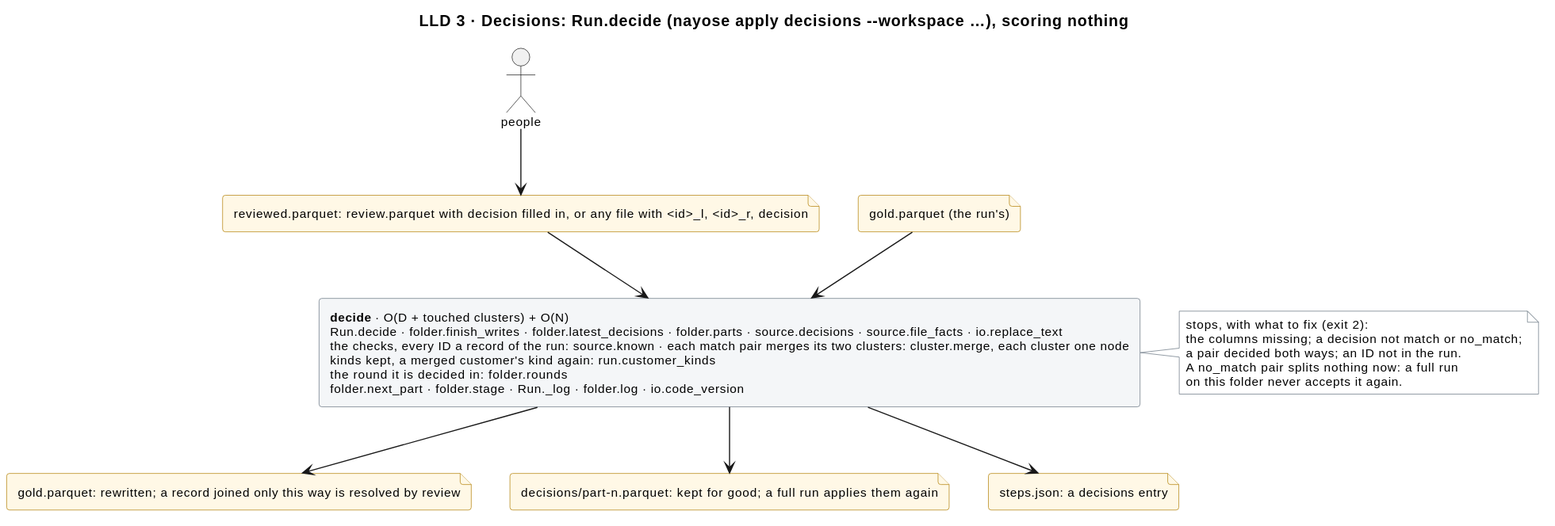
mvsbm/entity_matching keeps this PlantUML diagram as docs/diagrams/decisions.svg. Above is the earlier version.
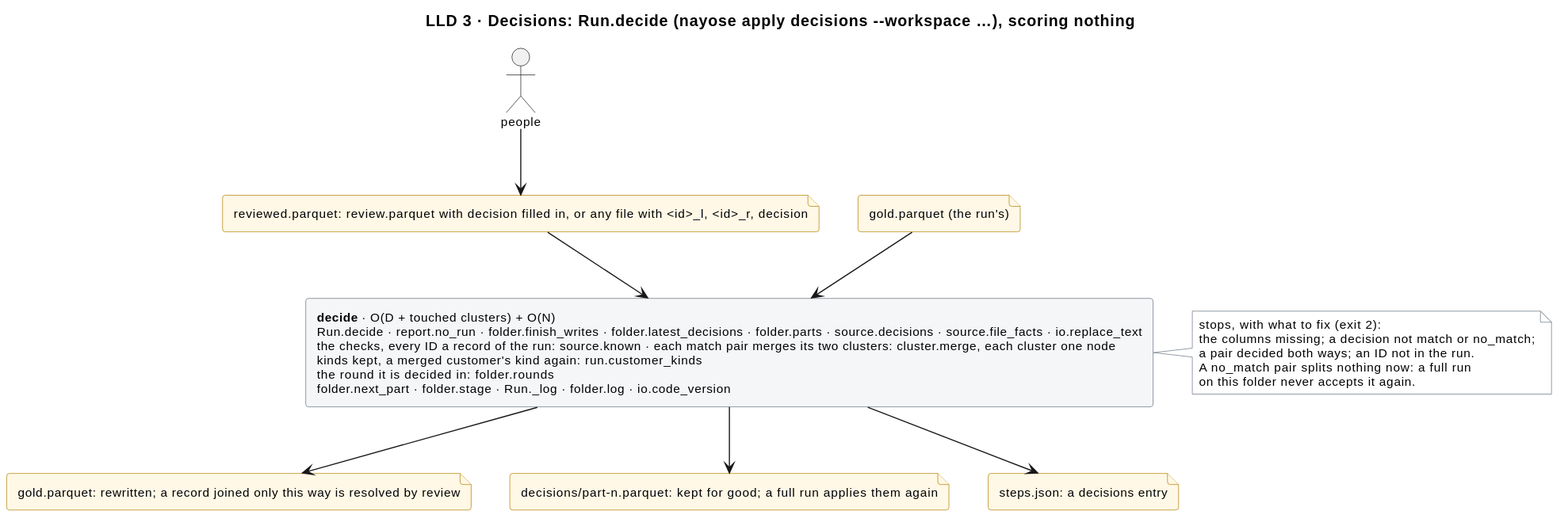
After the change.

Diff of the diagram source:
```diff
@@ -18,7 +18,7 @@
 file "reviewed.parquet: review.parquet with decision filled in, or any file with <id>_l, <id>_r, decision" as f_decided
 file "gold.parquet (the run's)" as f_gold_in
 
-rectangle "<b>decide</b> · O(D + touched clusters) + O(N)\nRun.decide · folder.finish_writes · folder.latest_decisions · folder.parts · source.decisions · source.file_facts · io.replace_text\nthe checks, every ID a record of the run: source.known · each match pair merges its two clusters: cluster.merge, each cluster one node\nkinds kept, a merged customer's kind again: run.customer_kinds\nthe round it is decided in: folder.rounds\nfolder.next_part · folder.stage · Run._log · folder.log · io.code_version" as decide
+rectangle "<b>decide</b> · O(D + touched clusters) + O(N)\nRun.decide · report.no_run · folder.finish_writes · folder.latest_decisions · folder.parts · source.decisions · source.file_facts · io.replace_text\nthe checks, every ID a record of the run: source.known · each match pair merges its two clusters: cluster.merge, each cluster one node\nkinds kept, a merged customer's kind again: run.customer_kinds\nthe round it is decided in: folder.rounds\nfolder.next_part · folder.stage · Run._log · folder.log · io.code_version" as decide
 
 note right of decide
   stops, with what to fix (exit 2):
```
